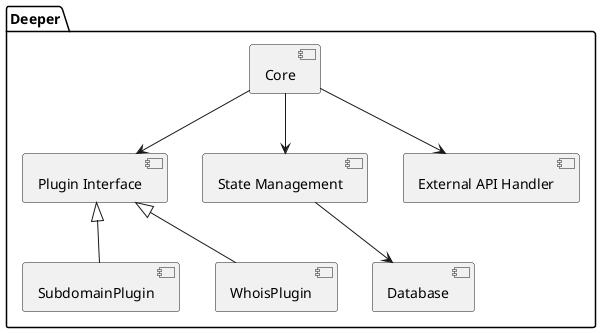
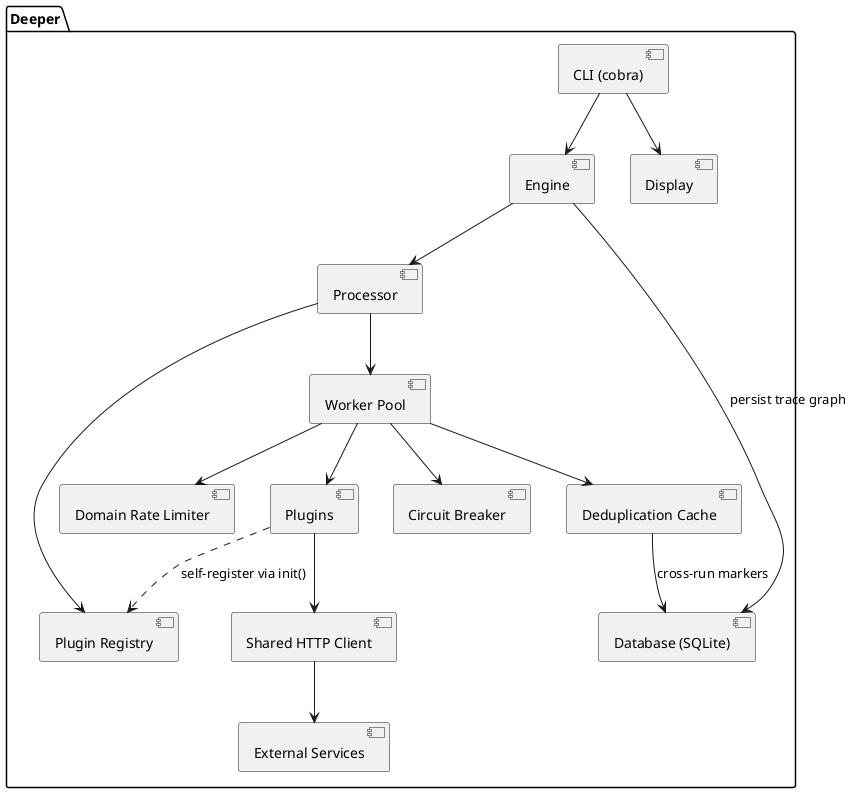
@startuml Component
+ 
package "Deeper" {
-     [Core] --> [Plugin Interface]
-     [Plugin Interface] <|-- [SubdomainPlugin]
-     [Plugin Interface] <|-- [WhoisPlugin]
-     [Core] --> [State Management]
-     [State Management] --> [Database]
-     [Core] --> [External API Handler]
+     [CLI (cobra)] --> [Engine]
+     [CLI (cobra)] --> [Display]
+ 
+     [Engine] --> [Processor]
+     [Engine] --> [Database (SQLite)] : persist trace graph
+ 
+     [Processor] --> [Plugin Registry]
+     [Processor] --> [Worker Pool]
+ 
+     [Worker Pool] --> [Domain Rate Limiter]
+     [Worker Pool] --> [Deduplication Cache]
+     [Worker Pool] --> [Circuit Breaker]
+     [Worker Pool] --> [Plugins]
+ 
+     [Deduplication Cache] --> [Database (SQLite)] : cross-run markers
+ 
+     [Plugins] ..> [Plugin Registry] : self-register via init()
+     [Plugins] --> [Shared HTTP Client]
+     [Shared HTTP Client] --> [External Services]
}
+ 
@enduml
